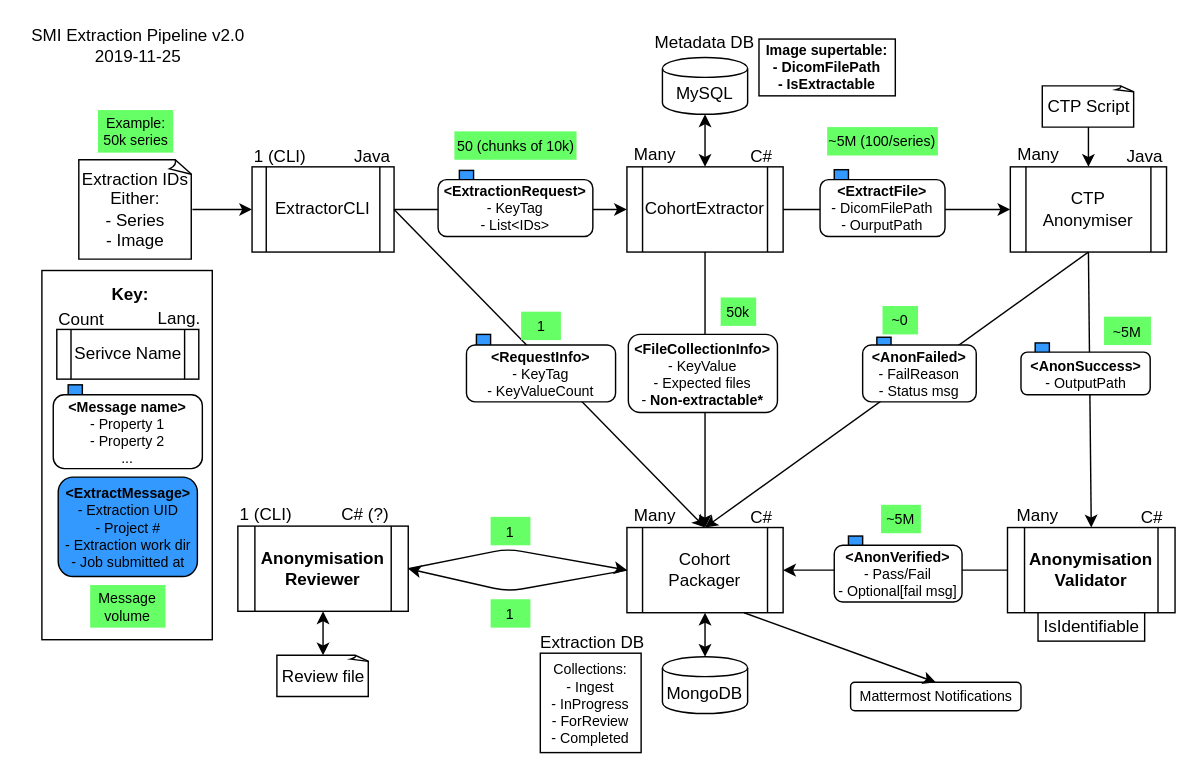
This is docs/extraction/Extraction-Pipeline-v2.drawio from SMI/SmiServices, a draw.io file, before an edit. Source tidied: cells renumbered, new cells numbered last; positions are measured from the earlier drawing's top-left corner, leaving out a move shared by most shapes. Both pictures are drawn from the tidied source at 142%, with x=0, y=0 at pixel (24, 24).
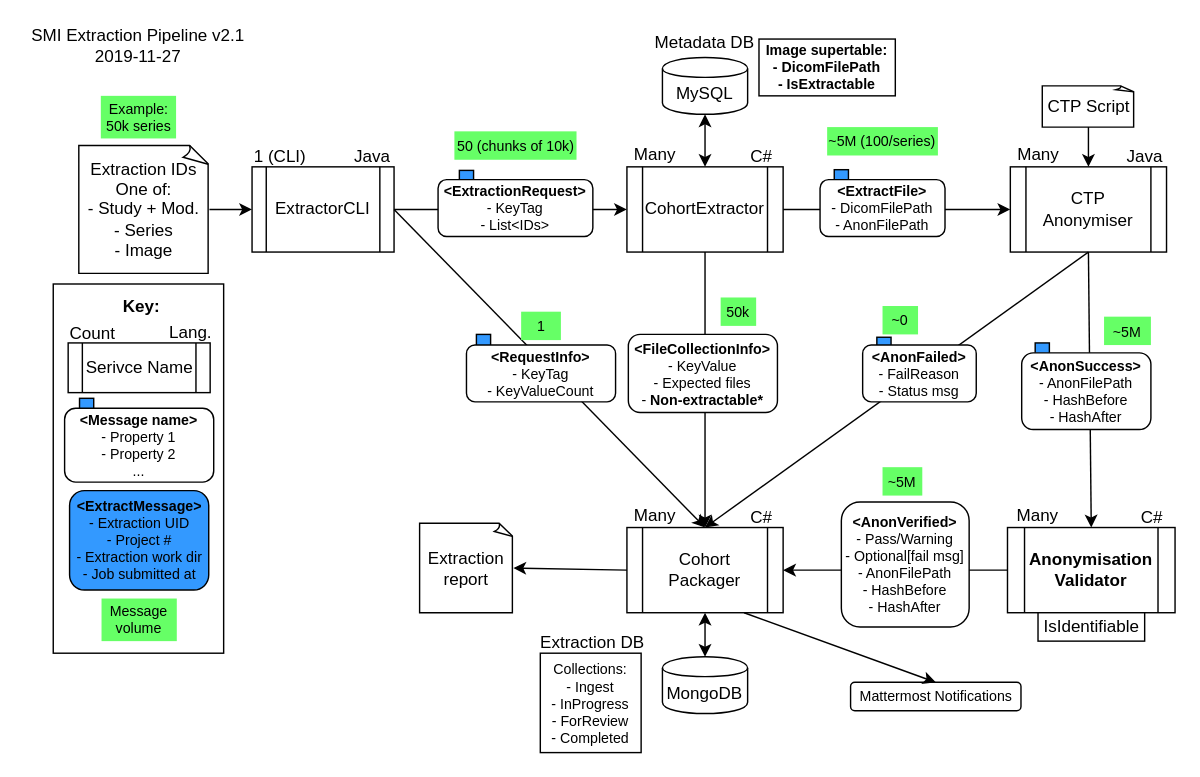
After the change.

Commit message (it also covers changes not shown here):
[skip ci] Update plan for extraction refactoring

Unchanged cells that the change refers to:
```xml
<mxCell id="29" value="Cohort Packager" style="shape=process;whiteSpace=wrap;html=1;backgroundOutline=1;" parent="28" vertex="1">
  <mxGeometry y="15" width="110" height="60" as="geometry" />
</mxCell>
```

Change to the diagram source:
```diff
@@
-    <mxCell id="8" value="SMI Extraction Pipeline v2.0&lt;br&gt;2019-11-25" style="text;html=1;strokeColor=none;fillColor=none;align=center;verticalAlign=middle;whiteSpace=wrap;rounded=0;" parent="1" vertex="1">
+    <mxCell id="8" value="SMI Extraction Pipeline v2.1&lt;br&gt;2019-11-27" style="text;html=1;strokeColor=none;fillColor=none;align=center;verticalAlign=middle;whiteSpace=wrap;rounded=0;" parent="1" vertex="1">
       <mxGeometry width="160" height="30" as="geometry" />
     </mxCell>
-    <mxCell id="9" value="Extraction IDs&lt;br&gt;Either:&lt;br&gt;- Series&lt;br&gt;- Image" style="whiteSpace=wrap;html=1;shape=mxgraph.basic.document;" parent="1" vertex="1">
-      <mxGeometry x="38" y="95" width="80" height="70" as="geometry" />
+    <mxCell id="9" value="Extraction IDs&lt;br&gt;One of:&lt;br&gt;- Study + Mod.&lt;br&gt;- Series&lt;br&gt;- Image" style="whiteSpace=wrap;html=1;shape=mxgraph.basic.document;" parent="1" vertex="1">
+      <mxGeometry x="38" y="85" width="92" height="90" as="geometry" />
     </mxCell>
@@
-    <mxCell id="20" style="group;" parent="1" vertex="1">
-      <mxGeometry x="150" y="338" width="120" height="75" as="geometry" />
-    </mxCell>
-    <mxCell id="21" style="group;fontStyle=4;" parent="20" vertex="1">
-      <mxGeometry width="120" height="75" as="geometry" />
-    </mxCell>
-    <mxCell id="22" style="group;" parent="21" vertex="1">
-      <mxGeometry width="120" height="75" as="geometry" />
-    </mxCell>
-    <mxCell id="23" value="&lt;b&gt;Anonymisation&lt;br&gt;Reviewer&lt;/b&gt;" style="shape=process;whiteSpace=wrap;html=1;backgroundOutline=1;" parent="22" vertex="1">
-      <mxGeometry y="15" width="120" height="60" as="geometry" />
-    </mxCell>
-    <mxCell id="24" value="C# (?)" style="text;html=1;strokeColor=none;fillColor=none;align=center;verticalAlign=middle;whiteSpace=wrap;rounded=0;" parent="22" vertex="1">
-      <mxGeometry x="70" y="-1" width="40" height="15" as="geometry" />
-    </mxCell>
-    <mxCell id="25" value="1 (CLI)" style="text;html=1;strokeColor=none;fillColor=none;align=center;verticalAlign=middle;whiteSpace=wrap;rounded=0;" parent="22" vertex="1">
-      <mxGeometry y="0.5" width="40" height="13" as="geometry" />
-    </mxCell>
@@
-    <mxCell id="65" style="endArrow=classic;html=1;exitX=0;exitY=0.5;exitDx=0;exitDy=0;entryX=1;entryY=0.5;entryDx=0;entryDy=0;" parent="1" edge="1" source="29" target="23">
-      <mxGeometry relative="1" as="geometry">
-        <Array as="points">
-          <mxPoint x="340" y="399" />
-        </Array>
-      </mxGeometry>
-    </mxCell>
-    <mxCell id="66" style="endArrow=classic;html=1;exitX=1;exitY=0.5;exitDx=0;exitDy=0;entryX=0;entryY=0.5;entryDx=0;entryDy=0;" parent="1" edge="1" source="23" target="29">
-      <mxGeometry relative="1" as="geometry">
-        <Array as="points">
-          <mxPoint x="340" y="369" />
-        </Array>
-      </mxGeometry>
-    </mxCell>
@@
-    <mxCell id="71" value="&lt;b&gt;&amp;lt;ExtractFile&amp;gt;&lt;/b&gt;&lt;br&gt;- DicomFilePath&lt;br&gt;- OurputPath" style="rounded=1;whiteSpace=wrap;html=1;fontSize=10;" parent="1" vertex="1">
+    <mxCell id="71" value="&lt;b&gt;&amp;lt;ExtractFile&amp;gt;&lt;/b&gt;&lt;br&gt;- DicomFilePath&lt;br&gt;- AnonFilePath" style="rounded=1;whiteSpace=wrap;html=1;fontSize=10;" parent="1" vertex="1">
       <mxGeometry x="560" y="109" width="88" height="40" as="geometry" />
     </mxCell>
@@
-    <mxCell id="73" value="&lt;b&gt;&amp;lt;AnonSuccess&amp;gt;&lt;/b&gt;&lt;br&gt;- OutputPath" style="rounded=1;whiteSpace=wrap;html=1;fontSize=10;" parent="1" vertex="1">
-      <mxGeometry x="701.5" y="230.5" width="91" height="30" as="geometry" />
+    <mxCell id="73" value="&lt;b&gt;&amp;lt;AnonSuccess&amp;gt;&lt;/b&gt;&lt;br&gt;- AnonFilePath&lt;br&gt;- HashBefore&lt;br&gt;- HashAfter" style="rounded=1;whiteSpace=wrap;html=1;fontSize=10;" parent="1" vertex="1">
+      <mxGeometry x="702" y="231" width="91" height="54" as="geometry" />
     </mxCell>
-    <mxCell id="74" value="&lt;b&gt;&amp;lt;AnonVerified&amp;gt;&lt;/b&gt;&lt;br&gt;- Pass/Fail&lt;br&gt;- Optional[fail msg]" style="rounded=1;whiteSpace=wrap;html=1;fontSize=10;" parent="1" vertex="1">
-      <mxGeometry x="570" y="366.5" width="90" height="40" as="geometry" />
+    <mxCell id="74" value="&lt;b&gt;&amp;lt;AnonVerified&amp;gt;&lt;/b&gt;&lt;br&gt;- Pass/Warning&lt;br&gt;- Optional[fail msg]&lt;br&gt;- AnonFilePath&lt;br&gt;- HashBefore&lt;br&gt;- HashAfter" style="rounded=1;whiteSpace=wrap;html=1;fontSize=10;" parent="1" vertex="1">
+      <mxGeometry x="575" y="336" width="90" height="88" as="geometry" />
     </mxCell>
@@
     <mxCell id="78" value="Example:&lt;br&gt;50k series" style="text;html=1;strokeColor=none;fillColor=#66FF66;align=center;verticalAlign=middle;whiteSpace=wrap;rounded=0;fontSize=10;" parent="1" vertex="1">
-      <mxGeometry x="51.5" y="60" width="53" height="30" as="geometry" />
+      <mxGeometry x="53.5" y="50" width="53" height="30" as="geometry" />
     </mxCell>
@@
     <mxCell id="83" value="~5M" style="text;html=1;strokeColor=none;fillColor=#66FF66;align=center;verticalAlign=middle;whiteSpace=wrap;rounded=0;fontSize=10;" parent="1" vertex="1">
-      <mxGeometry x="603" y="338" width="28" height="20" as="geometry" />
+      <mxGeometry x="604" y="311.5" width="28" height="20" as="geometry" />
     </mxCell>
@@
     <mxCell id="85" style="group;" parent="1" vertex="1">
-      <mxGeometry x="20" y="179.5" width="105" height="245" as="geometry" />
+      <mxGeometry x="28" y="189" width="105" height="245" as="geometry" />
     </mxCell>
@@
     <mxCell id="98" style="rounded=0;whiteSpace=wrap;html=1;strokeColor=#000000;fillColor=none;fontSize=10;" parent="1" vertex="1">
-      <mxGeometry x="12" y="173" width="120" height="260" as="geometry" />
+      <mxGeometry x="20" y="182.5" width="120" height="260" as="geometry" />
     </mxCell>
-    <mxCell id="99" value="1" style="text;html=1;strokeColor=none;fillColor=#66FF66;align=center;verticalAlign=middle;whiteSpace=wrap;rounded=0;fontSize=10;" parent="1" vertex="1">
-      <mxGeometry x="328" y="404.5" width="28" height="20" as="geometry" />
-    </mxCell>
-    <mxCell id="100" value="1" style="text;html=1;strokeColor=none;fillColor=#66FF66;align=center;verticalAlign=middle;whiteSpace=wrap;rounded=0;fontSize=10;" parent="1" vertex="1">
-      <mxGeometry x="328" y="346.5" width="28" height="20" as="geometry" />
-    </mxCell>
@@
-    <mxCell id="106" value="Review file" style="whiteSpace=wrap;html=1;shape=mxgraph.basic.document;" parent="1" vertex="1">
-      <mxGeometry x="177.5" y="444" width="65" height="29" as="geometry" />
-    </mxCell>
-    <mxCell id="107" style="endArrow=classic;startArrow=classic;html=1;fontSize=10;exitX=0.5;exitY=1;exitDx=0;exitDy=0;entryX=0.5;entryY=0;entryDx=0;entryDy=0;entryPerimeter=0;" parent="1" edge="1" source="23" target="106">
-      <mxGeometry relative="1" as="geometry" />
-    </mxCell>
+    <mxCell id="108" value="Extraction report" style="whiteSpace=wrap;html=1;shape=mxgraph.basic.document;" parent="1" vertex="1">
+      <mxGeometry x="278" y="351" width="66" height="63" as="geometry" />
+    </mxCell>
+    <mxCell id="109" style="endArrow=classic;html=1;exitX=0;exitY=0.5;exitDx=0;exitDy=0;entryX=1;entryY=0.5;entryDx=0;entryDy=0;entryPerimeter=0;" parent="1" edge="1" source="29" target="108">
+      <mxGeometry relative="1" as="geometry" />
+    </mxCell>
```
